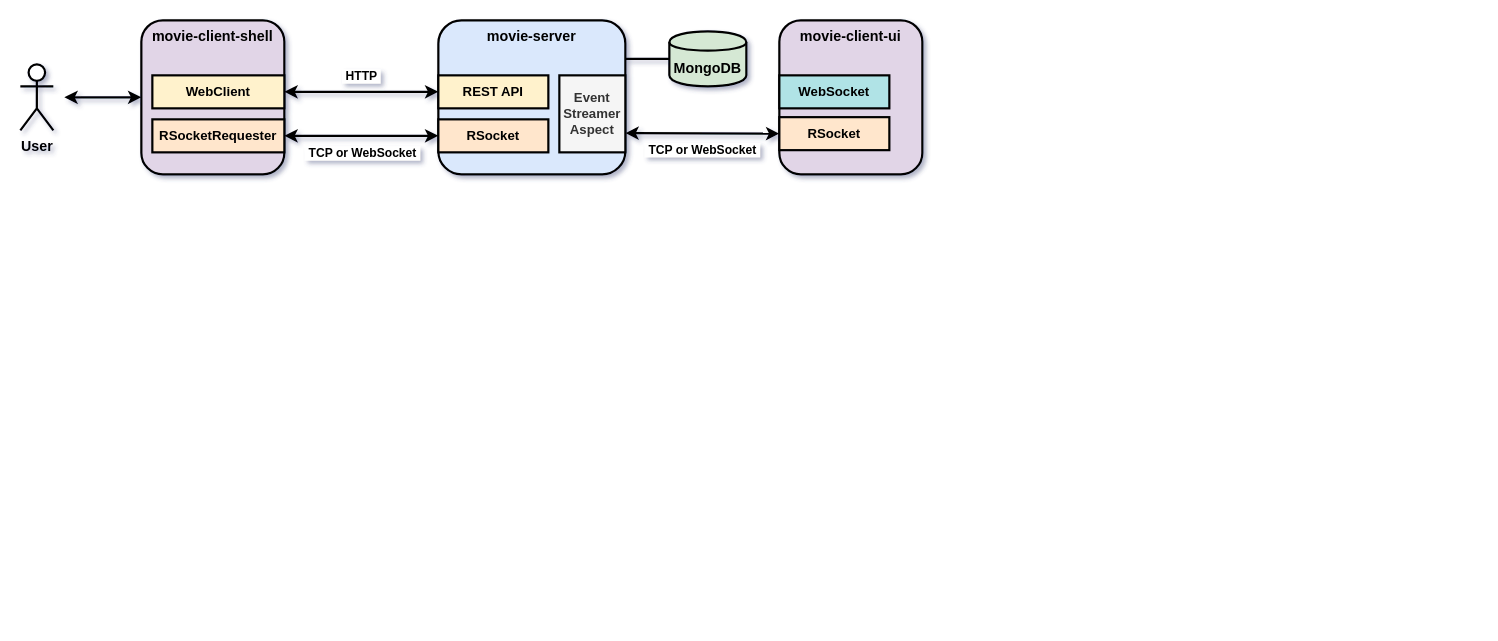
Above: images/project-diagram.drawio in Prolew/movie-spring-react (draw.io), before the change. Source tidied: cells renumbered, new cells numbered last; positions are measured from the earlier drawing's top-left corner, leaving out a move shared by most shapes. Both pictures are drawn from the tidied source at 110%, with x=0, y=0 at pixel (20, 20).
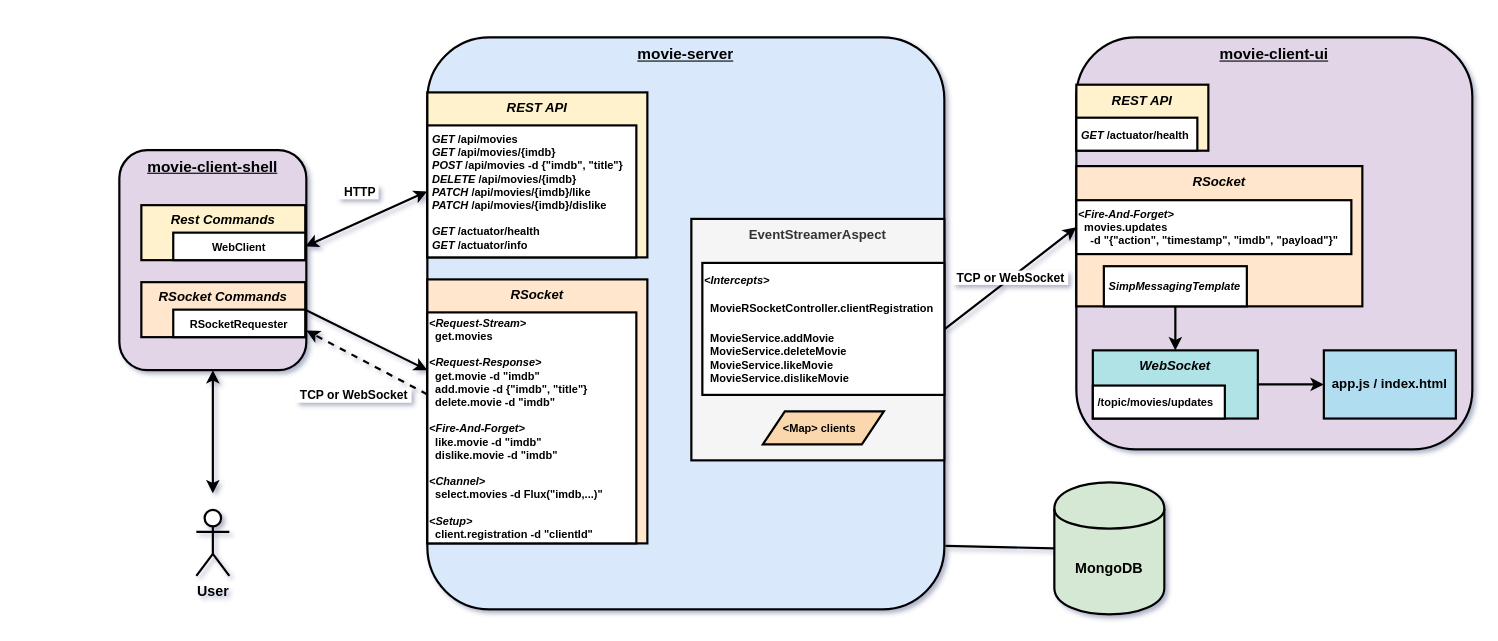
Above is the later version.

Commit message (it also covers changes not shown here):
update project-diagram, README and EventStreamerAspect

Change to the diagram source:
```diff
@@
-    <mxCell id="2" value="&lt;b&gt;&lt;font style=&quot;font-size: 13px&quot;&gt;movie-client-shell&lt;br&gt;&lt;/font&gt;&lt;/b&gt;" style="rounded=1;whiteSpace=wrap;html=1;strokeWidth=2;verticalAlign=top;fillColor=#e1d5e7;" parent="1" vertex="1">
-      <mxGeometry x="110" width="130" height="140" as="geometry" />
+    <mxCell id="2" value="&lt;b&gt;&lt;font&gt;&lt;font style=&quot;font-size: 14px&quot;&gt;&lt;u&gt;movie-client-shell&lt;/u&gt;&lt;/font&gt;&lt;br&gt;&lt;/font&gt;&lt;/b&gt;" style="rounded=1;whiteSpace=wrap;html=1;strokeWidth=2;verticalAlign=top;fillColor=#e1d5e7;glass=0;" parent="1" vertex="1">
+      <mxGeometry x="90" y="118" width="170" height="200" as="geometry" />
     </mxCell>
-    <mxCell id="3" value="&lt;b&gt;&lt;font style=&quot;font-size: 13px&quot;&gt;movie-server&lt;/font&gt;&lt;/b&gt;" style="rounded=1;whiteSpace=wrap;html=1;strokeWidth=2;verticalAlign=top;fillColor=#dae8fc;" parent="1" vertex="1">
-      <mxGeometry x="380" width="170" height="140" as="geometry" />
+    <mxCell id="3" value="&lt;b&gt;&lt;font style=&quot;font-size: 14px&quot;&gt;&lt;u&gt;movie-server&lt;/u&gt;&lt;/font&gt;&lt;/b&gt;" style="rounded=1;whiteSpace=wrap;html=1;strokeWidth=2;verticalAlign=top;fillColor=#dae8fc;sketch=0;arcSize=12;" parent="1" vertex="1">
+      <mxGeometry x="370" y="15.5" width="470" height="520" as="geometry" />
     </mxCell>
     <mxCell id="4" value="&lt;b&gt;&lt;font style=&quot;font-size: 13px&quot;&gt;MongoDB&lt;/font&gt;&lt;/b&gt;" style="shape=cylinder;whiteSpace=wrap;html=1;boundedLbl=1;backgroundOutline=1;strokeWidth=2;fillColor=#d5e8d4;" parent="1" vertex="1">
-      <mxGeometry x="590" y="10" width="70" height="50" as="geometry" />
+      <mxGeometry x="940" y="420" width="100" height="120" as="geometry" />
     </mxCell>
     <mxCell id="5" value="&lt;b&gt;&lt;font style=&quot;font-size: 13px&quot;&gt;User&lt;/font&gt;&lt;/b&gt;" style="shape=umlActor;verticalLabelPosition=bottom;verticalAlign=top;html=1;strokeWidth=2;" parent="1" vertex="1">
-      <mxGeometry y="40" width="30" height="60" as="geometry" />
+      <mxGeometry x="160" y="445" width="30" height="60" as="geometry" />
     </mxCell>
-    <mxCell id="6" style="endArrow=none;html=1;exitX=1;exitY=0.25;exitDx=0;exitDy=0;entryX=0;entryY=0.5;entryDx=0;entryDy=0;strokeWidth=2;" parent="1" edge="1" source="3" target="4">
-      <mxGeometry relative="1" as="geometry" />
-    </mxCell>
-    <mxCell id="7" style="endArrow=classic;startArrow=classic;html=1;strokeWidth=2;entryX=0;entryY=0.5;entryDx=0;entryDy=0;" parent="1" edge="1" target="2">
+    <mxCell id="7" style="endArrow=classic;startArrow=classic;html=1;strokeWidth=2;entryX=0.5;entryY=1;entryDx=0;entryDy=0;" parent="1" edge="1" target="2">
       <mxGeometry relative="1" as="geometry">
-        <mxPoint x="40" y="70" as="sourcePoint" />
+        <mxPoint x="175" y="430" as="sourcePoint" />
       </mxGeometry>
     </mxCell>
-    <mxCell id="8" value="&lt;b&gt;REST API&lt;/b&gt;" style="rounded=0;whiteSpace=wrap;html=1;strokeWidth=2;fillColor=#fff2cc;" parent="1" vertex="1">
-      <mxGeometry x="380" y="50" width="100" height="30" as="geometry" />
+    <mxCell id="8" value="&lt;b&gt;&lt;i&gt;REST API&lt;/i&gt;&lt;/b&gt;" style="rounded=0;whiteSpace=wrap;html=1;strokeWidth=2;fillColor=#fff2cc;verticalAlign=top;" parent="1" vertex="1">
+      <mxGeometry x="370" y="65.5" width="200" height="150" as="geometry" />
     </mxCell>
-    <mxCell id="9" value="&lt;b&gt;RSocket&lt;/b&gt;" style="rounded=0;whiteSpace=wrap;html=1;strokeWidth=2;fillColor=#ffe6cc;" parent="1" vertex="1">
-      <mxGeometry x="380" y="90" width="100" height="30" as="geometry" />
+    <mxCell id="9" value="&lt;b&gt;&lt;i&gt;RSocket&lt;/i&gt;&lt;/b&gt;" style="rounded=0;whiteSpace=wrap;html=1;strokeWidth=2;fillColor=#ffe6cc;verticalAlign=top;" parent="1" vertex="1">
+      <mxGeometry x="370" y="235.5" width="200" height="240" as="geometry" />
     </mxCell>
-    <mxCell id="10" value="&lt;b&gt;WebClient&lt;/b&gt;" style="rounded=0;whiteSpace=wrap;html=1;strokeWidth=2;fillColor=#fff2cc;" parent="1" vertex="1">
-      <mxGeometry x="120" y="50" width="120" height="30" as="geometry" />
+    <mxCell id="10" value="&lt;b&gt;&lt;i&gt;Rest Commands&lt;/i&gt;&lt;/b&gt;" style="rounded=0;whiteSpace=wrap;html=1;strokeWidth=2;fillColor=#fff2cc;horizontal=1;verticalAlign=top;" parent="1" vertex="1">
+      <mxGeometry x="110" y="168" width="149" height="50" as="geometry" />
     </mxCell>
-    <mxCell id="11" value="&lt;b&gt;RSocketRequester&lt;/b&gt;" style="rounded=0;whiteSpace=wrap;html=1;strokeWidth=2;fillColor=#ffe6cc;" parent="1" vertex="1">
-      <mxGeometry x="120" y="90" width="120" height="30" as="geometry" />
+    <mxCell id="11" value="&lt;b&gt;&lt;i&gt;RSocket Commands&lt;/i&gt;&lt;/b&gt;" style="rounded=0;whiteSpace=wrap;html=1;strokeWidth=2;fillColor=#ffe6cc;verticalAlign=top;" parent="1" vertex="1">
+      <mxGeometry x="110" y="238" width="149" height="50" as="geometry" />
     </mxCell>
-    <mxCell id="12" style="endArrow=classic;startArrow=classic;html=1;strokeWidth=2;exitX=1;exitY=0.5;exitDx=0;exitDy=0;entryX=0;entryY=0.5;entryDx=0;entryDy=0;" parent="1" edge="1" source="11" target="9">
-      <mxGeometry relative="1" as="geometry" />
-    </mxCell>
-    <mxCell id="13" value="&lt;b&gt;&amp;nbsp;TCP or WebSocket&amp;nbsp;&lt;/b&gt;" style="edgeLabel;html=1;align=center;verticalAlign=middle;" parent="12" vertex="1">
-      <mxGeometry y="-1" relative="1" as="geometry">
-        <mxPoint y="14" as="offset" />
-      </mxGeometry>
-    </mxCell>
-    <mxCell id="14" style="endArrow=classic;startArrow=classic;html=1;strokeWidth=2;entryX=0;entryY=0.5;entryDx=0;entryDy=0;exitX=1;exitY=0.5;exitDx=0;exitDy=0;" parent="1" edge="1" source="10" target="8">
-      <mxGeometry relative="1" as="geometry" />
-    </mxCell>
-    <mxCell id="15" value="&lt;b&gt;&amp;nbsp;HTTP&amp;nbsp;&lt;/b&gt;" style="edgeLabel;html=1;align=center;verticalAlign=middle;" parent="14" vertex="1">
-      <mxGeometry x="-0.13" y="2" relative="1" as="geometry">
-        <mxPoint x="8" y="-13" as="offset" />
-      </mxGeometry>
-    </mxCell>
-    <mxCell id="16" value="&lt;b&gt;&lt;font style=&quot;font-size: 13px&quot;&gt;movie-client-ui&lt;br&gt;&lt;/font&gt;&lt;/b&gt;" style="rounded=1;whiteSpace=wrap;html=1;strokeWidth=2;verticalAlign=top;fillColor=#e1d5e7;" parent="1" vertex="1">
-      <mxGeometry x="690" width="130" height="140" as="geometry" />
+    <mxCell id="16" value="&lt;b&gt;&lt;font&gt;&lt;font style=&quot;font-size: 14px&quot;&gt;&lt;u&gt;movie-client-ui&lt;/u&gt;&lt;/font&gt;&lt;br&gt;&lt;/font&gt;&lt;/b&gt;" style="rounded=1;whiteSpace=wrap;html=1;strokeWidth=2;verticalAlign=top;fillColor=#e1d5e7;" parent="1" vertex="1">
+      <mxGeometry x="960" y="15.5" width="360" height="374.5" as="geometry" />
     </mxCell>
-    <mxCell id="17" value="&lt;b&gt;RSocket&lt;/b&gt;" style="rounded=0;whiteSpace=wrap;html=1;strokeWidth=2;fillColor=#ffe6cc;" parent="1" vertex="1">
-      <mxGeometry x="690" y="88" width="100" height="30" as="geometry" />
-    </mxCell>
-    <mxCell id="18" value="&lt;b&gt;WebSocket&lt;/b&gt;" style="rounded=0;whiteSpace=wrap;html=1;strokeWidth=2;fillColor=#b0e3e6;" parent="1" vertex="1">
-      <mxGeometry x="690" y="50" width="100" height="30" as="geometry" />
+    <mxCell id="18" value="&lt;b&gt;&lt;i&gt;WebSocket&lt;/i&gt;&lt;/b&gt;" style="rounded=0;whiteSpace=wrap;html=1;strokeWidth=2;fillColor=#b0e3e6;verticalAlign=top;" parent="1" vertex="1">
+      <mxGeometry x="975" y="300" width="150" height="62" as="geometry" />
     </mxCell>
-    <mxCell id="19" value="&lt;b&gt;Event&lt;br&gt;Streamer&lt;br&gt;Aspect&lt;br&gt;&lt;/b&gt;" style="rounded=0;whiteSpace=wrap;html=1;strokeWidth=2;fillColor=#f5f5f5;fontColor=#333333;" parent="1" vertex="1">
-      <mxGeometry x="490" y="50" width="60" height="70" as="geometry" />
+    <mxCell id="19" value="&lt;b&gt;EventStreamerAspect&lt;/b&gt;&lt;br&gt;&lt;br&gt;" style="rounded=0;whiteSpace=wrap;html=1;strokeWidth=2;fillColor=#f5f5f5;fontColor=#333333;verticalAlign=top;" parent="1" vertex="1">
+      <mxGeometry x="610" y="180.5" width="230" height="219.5" as="geometry" />
     </mxCell>
-    <mxCell id="20" style="endArrow=classic;startArrow=classic;html=1;strokeWidth=2;entryX=0;entryY=0.5;entryDx=0;entryDy=0;exitX=1;exitY=0.75;exitDx=0;exitDy=0;" parent="1" edge="1" source="19" target="17">
-      <mxGeometry relative="1" as="geometry" />
-    </mxCell>
-    <mxCell id="21" value="&lt;b&gt;&amp;nbsp;TCP or WebSocket&amp;nbsp;&lt;/b&gt;" style="edgeLabel;html=1;align=center;verticalAlign=middle;" parent="20" vertex="1">
-      <mxGeometry y="-1" relative="1" as="geometry">
-        <mxPoint y="14" as="offset" />
-      </mxGeometry>
-    </mxCell>
+    <mxCell id="22" value="&lt;b&gt;&lt;font style=&quot;font-size: 10px&quot;&gt;WebClient&lt;/font&gt;&lt;/b&gt;" style="rounded=0;whiteSpace=wrap;html=1;strokeWidth=2;" parent="1" vertex="1">
+      <mxGeometry x="139" y="193" width="120" height="25" as="geometry" />
+    </mxCell>
+    <mxCell id="23" value="&lt;b&gt;&lt;font style=&quot;font-size: 10px&quot;&gt;RSocketRequester&lt;/font&gt;&lt;/b&gt;" style="rounded=0;whiteSpace=wrap;html=1;strokeWidth=2;" parent="1" vertex="1">
+      <mxGeometry x="139" y="263" width="120" height="25" as="geometry" />
+    </mxCell>
+    <mxCell id="24" value="&lt;div style=&quot;font-size: 10px&quot;&gt;&lt;font style=&quot;font-size: 10px&quot;&gt;&lt;b&gt;&lt;i&gt;&amp;nbsp;GET&lt;/i&gt; /api/movies&lt;/b&gt;&lt;/font&gt;&lt;/div&gt;&lt;div style=&quot;font-size: 10px&quot;&gt;&lt;font style=&quot;font-size: 10px&quot;&gt;&lt;b&gt;&lt;i&gt;&amp;nbsp;GET&lt;/i&gt; /api/movies/{imdb}&lt;/b&gt;&lt;/font&gt;&lt;/div&gt;&lt;div style=&quot;font-size: 10px&quot;&gt;&lt;font style=&quot;font-size: 10px&quot;&gt;&lt;b&gt;&lt;i&gt;&amp;nbsp;POST&lt;/i&gt; /api/movies -d {&quot;imdb&quot;, &quot;title&quot;}&lt;/b&gt;&lt;/font&gt;&lt;/div&gt;&lt;div style=&quot;font-size: 10px&quot;&gt;&lt;font style=&quot;font-size: 10px&quot;&gt;&lt;b&gt;&lt;i&gt;&amp;nbsp;DELETE&lt;/i&gt; /api/movies/{imdb}&lt;/b&gt;&lt;/font&gt;&lt;/div&gt;&lt;div style=&quot;font-size: 10px&quot;&gt;&lt;font style=&quot;font-size: 10px&quot;&gt;&lt;b&gt;&lt;i&gt;&amp;nbsp;PATCH&lt;/i&gt; /api/movies/{imdb}/like&lt;/b&gt;&lt;/font&gt;&lt;/div&gt;&lt;div style=&quot;font-size: 10px&quot;&gt;&lt;font style=&quot;font-size: 10px&quot;&gt;&lt;b&gt;&lt;i&gt;&amp;nbsp;PATCH&lt;/i&gt; /api/movies/{imdb}/dislike&lt;/b&gt;&lt;/font&gt;&lt;/div&gt;&lt;div style=&quot;font-size: 10px&quot;&gt;&lt;font style=&quot;font-size: 10px&quot;&gt;&lt;b&gt;&lt;br&gt;&lt;/b&gt;&lt;/font&gt;&lt;/div&gt;&lt;div style=&quot;font-size: 10px&quot;&gt;&lt;font style=&quot;font-size: 10px&quot;&gt;&lt;b&gt;&lt;i&gt;&amp;nbsp;GET&lt;/i&gt; /actuator/health&lt;/b&gt;&lt;/font&gt;&lt;/div&gt;&lt;div style=&quot;font-size: 10px&quot;&gt;&lt;font style=&quot;font-size: 10px&quot;&gt;&lt;b&gt;&lt;i&gt;&amp;nbsp;GET&lt;/i&gt; /actuator/info&lt;/b&gt;&lt;/font&gt;&lt;/div&gt;" style="rounded=0;whiteSpace=wrap;html=1;strokeWidth=2;align=left;" parent="1" vertex="1">
+      <mxGeometry x="370" y="95.5" width="190" height="120" as="geometry" />
+    </mxCell>
+    <mxCell id="25" value="&lt;div style=&quot;font-size: 10px&quot;&gt;&lt;div&gt;&lt;i&gt;&lt;b&gt;&amp;lt;Request-Stream&amp;gt;&lt;/b&gt;&lt;/i&gt;&lt;/div&gt;&lt;div&gt;&lt;b&gt;&amp;nbsp; get.movies&lt;br&gt;&lt;br&gt;&lt;/b&gt;&lt;/div&gt;&lt;div&gt;&lt;i&gt;&lt;b&gt;&amp;lt;Request-Response&amp;gt;&lt;/b&gt;&lt;/i&gt;&lt;/div&gt;&lt;div&gt;&lt;b&gt;&amp;nbsp; get.movie -d &quot;imdb&quot;&lt;/b&gt;&lt;/div&gt;&lt;div&gt;&lt;b&gt;&amp;nbsp; add.movie -d {&quot;imdb&quot;, &quot;title&quot;}&lt;/b&gt;&lt;/div&gt;&lt;div&gt;&lt;b&gt;&amp;nbsp; delete.movie -d &quot;imdb&quot;&lt;/b&gt;&lt;/div&gt;&lt;div&gt;&lt;b&gt;&lt;br&gt;&lt;/b&gt;&lt;/div&gt;&lt;div&gt;&lt;i&gt;&lt;b&gt;&amp;lt;Fire-And-Forget&amp;gt;&lt;/b&gt;&lt;/i&gt;&lt;/div&gt;&lt;div&gt;&lt;b&gt;&amp;nbsp; like.movie -d &quot;imdb&quot;&lt;/b&gt;&lt;/div&gt;&lt;div&gt;&lt;b&gt;&amp;nbsp; dislike.movie -d &quot;imdb&quot;&lt;/b&gt;&lt;/div&gt;&lt;div&gt;&lt;b&gt;&lt;br&gt;&lt;/b&gt;&lt;/div&gt;&lt;div&gt;&lt;i&gt;&lt;b&gt;&amp;lt;Channel&amp;gt;&lt;/b&gt;&lt;/i&gt;&lt;/div&gt;&lt;div&gt;&lt;b&gt;&amp;nbsp; select.movies -d Flux(&quot;imdb,...)&quot;&lt;/b&gt;&lt;/div&gt;&lt;div&gt;&lt;b&gt;&lt;br&gt;&lt;/b&gt;&lt;/div&gt;&lt;div&gt;&lt;i&gt;&lt;b&gt;&amp;lt;Setup&amp;gt;&lt;/b&gt;&lt;/i&gt;&lt;/div&gt;&lt;div&gt;&lt;b&gt;&amp;nbsp; client.registration -d &quot;clientId&quot;&lt;/b&gt;&lt;/div&gt;&lt;/div&gt;" style="rounded=0;whiteSpace=wrap;html=1;strokeWidth=2;align=left;" parent="1" vertex="1">
+      <mxGeometry x="370" y="265.5" width="190" height="210" as="geometry" />
+    </mxCell>
+    <mxCell id="17" value="&lt;b&gt;&lt;i&gt;RSocket&lt;/i&gt;&lt;/b&gt;" style="rounded=0;whiteSpace=wrap;html=1;strokeWidth=2;fillColor=#ffe6cc;verticalAlign=top;" parent="1" vertex="1">
+      <mxGeometry x="960" y="132.5" width="260" height="127.5" as="geometry" />
+    </mxCell>
+    <mxCell id="26" value="&lt;div style=&quot;font-size: 10px&quot;&gt;&lt;div style=&quot;font-size: 10px&quot;&gt;&lt;i&gt;&lt;b&gt;&amp;lt;Fire-And-Forget&amp;gt;&lt;/b&gt;&lt;/i&gt;&lt;br&gt;&lt;/div&gt;&lt;div&gt;&lt;span style=&quot;font-size: 10px&quot;&gt;&lt;b&gt;&amp;nbsp; movies.updates&amp;nbsp;&lt;/b&gt;&lt;/span&gt;&lt;/div&gt;&lt;div&gt;&lt;span style=&quot;font-size: 10px&quot;&gt;&lt;b&gt;&amp;nbsp; &amp;nbsp; -d &quot;{&quot;action&quot;, &quot;timestamp&quot;, &quot;imdb&quot;, &quot;payload&quot;}&quot;&lt;/b&gt;&lt;/span&gt;&lt;b style=&quot;font-size: 10px&quot;&gt;&amp;nbsp;&amp;nbsp;&lt;/b&gt;&lt;/div&gt;&lt;/div&gt;" style="rounded=0;whiteSpace=wrap;html=1;strokeWidth=2;align=left;" parent="1" vertex="1">
+      <mxGeometry x="960" y="163.5" width="250" height="49" as="geometry" />
+    </mxCell>
+    <mxCell id="27" value="&lt;b&gt;&lt;i&gt;REST API&lt;/i&gt;&lt;/b&gt;" style="rounded=0;whiteSpace=wrap;html=1;strokeWidth=2;fillColor=#fff2cc;verticalAlign=top;" parent="1" vertex="1">
+      <mxGeometry x="960" y="58.5" width="120" height="60" as="geometry" />
+    </mxCell>
+    <mxCell id="28" value="&lt;div style=&quot;font-size: 10px&quot;&gt;&lt;b&gt;&lt;i&gt;&amp;nbsp;GET&lt;/i&gt; /actuator/health&lt;/b&gt;&lt;/div&gt;" style="rounded=0;whiteSpace=wrap;html=1;strokeWidth=2;align=left;" parent="1" vertex="1">
+      <mxGeometry x="960" y="88.5" width="110" height="30" as="geometry" />
+    </mxCell>
+    <mxCell id="29" value="&lt;div&gt;&lt;div style=&quot;font-size: 10px&quot;&gt;&lt;b&gt;&lt;i&gt;&amp;lt;Intercepts&amp;gt;&lt;/i&gt;&lt;/b&gt;&lt;/div&gt;&lt;div style=&quot;font-size: 10px&quot;&gt;&lt;b&gt;&lt;br&gt;&lt;/b&gt;&lt;/div&gt;&lt;div&gt;&lt;b style=&quot;font-size: 10px&quot;&gt;&amp;nbsp;&amp;nbsp;&lt;/b&gt;&lt;span style=&quot;font-size: 10px&quot;&gt;&lt;b&gt;MovieRSocketController.clientRegistration&lt;/b&gt;&lt;/span&gt;&lt;/div&gt;&lt;div&gt;&lt;span style=&quot;font-size: 10px&quot;&gt;&lt;b&gt;&lt;br&gt;&lt;/b&gt;&lt;/span&gt;&lt;/div&gt;&lt;div style=&quot;font-size: 10px&quot;&gt;&lt;b&gt;&amp;nbsp; MovieService.addMovie&lt;/b&gt;&lt;/div&gt;&lt;div style=&quot;font-size: 10px&quot;&gt;&lt;b&gt;&amp;nbsp; MovieService.deleteMovie&lt;/b&gt;&lt;b&gt;&lt;br&gt;&lt;/b&gt;&lt;/div&gt;&lt;div style=&quot;font-size: 10px&quot;&gt;&lt;b&gt;&amp;nbsp; MovieService.likeMovie&lt;/b&gt;&lt;b&gt;&lt;br&gt;&lt;/b&gt;&lt;/div&gt;&lt;div style=&quot;font-size: 10px&quot;&gt;&lt;b&gt;&amp;nbsp;&amp;nbsp;&lt;/b&gt;&lt;b&gt;MovieService.dislikeMovie&lt;/b&gt;&lt;/div&gt;&lt;/div&gt;" style="rounded=0;whiteSpace=wrap;html=1;strokeWidth=2;align=left;" parent="1" vertex="1">
+      <mxGeometry x="620" y="220.5" width="220" height="120" as="geometry" />
+    </mxCell>
+    <mxCell id="30" value="&lt;div&gt;&lt;span style=&quot;font-size: 10px&quot;&gt;&lt;b&gt;&amp;nbsp;/topic/movies/updates&lt;/b&gt;&lt;/span&gt;&lt;br&gt;&lt;/div&gt;" style="rounded=0;whiteSpace=wrap;html=1;strokeWidth=2;align=left;" parent="1" vertex="1">
+      <mxGeometry x="975" y="332" width="120" height="30" as="geometry" />
+    </mxCell>
+    <mxCell id="31" value="&lt;b&gt;app.js / index.html&lt;/b&gt;" style="rounded=0;whiteSpace=wrap;html=1;strokeWidth=2;fillColor=#b1ddf0;verticalAlign=middle;" parent="1" vertex="1">
+      <mxGeometry x="1185" y="300" width="120" height="62" as="geometry" />
+    </mxCell>
+    <mxCell id="32" style="endArrow=classic;startArrow=classic;html=1;exitX=1;exitY=0.5;exitDx=0;exitDy=0;entryX=0;entryY=0.5;entryDx=0;entryDy=0;strokeWidth=2;" parent="1" edge="1" source="22" target="24">
+      <mxGeometry relative="1" as="geometry" />
+    </mxCell>
+    <mxCell id="15" value="&lt;b&gt;&amp;nbsp; HTTP&amp;nbsp;&lt;/b&gt;" style="edgeLabel;html=1;align=center;verticalAlign=middle;" parent="32" vertex="1">
+      <mxGeometry x="-0.12" y="4" relative="1" as="geometry">
+        <mxPoint y="-24.6" as="offset" />
+      </mxGeometry>
+    </mxCell>
+    <mxCell id="33" style="endArrow=classic;html=1;strokeWidth=2;exitX=1;exitY=0;exitDx=0;exitDy=0;entryX=0;entryY=0.25;entryDx=0;entryDy=0;" parent="1" edge="1" source="23" target="25">
+      <mxGeometry relative="1" as="geometry" />
+    </mxCell>
+    <mxCell id="34" value="&lt;b&gt;&amp;nbsp;TCP or WebSocket&amp;nbsp;&lt;/b&gt;" style="edgeLabel;html=1;align=center;verticalAlign=middle;" parent="33" vertex="1">
+      <mxGeometry x="-0.23" y="1" relative="1" as="geometry">
+        <mxPoint y="57.5" as="offset" />
+      </mxGeometry>
+    </mxCell>
+    <mxCell id="35" style="endArrow=classic;html=1;strokeWidth=2;entryX=1;entryY=0.82;entryDx=0;entryDy=0;entryPerimeter=0;exitX=0;exitY=0.355;exitDx=0;exitDy=0;exitPerimeter=0;dashed=1;" parent="1" edge="1" source="25" target="2">
+      <mxGeometry relative="1" as="geometry" />
+    </mxCell>
+    <mxCell id="36" value="&lt;b&gt;&amp;nbsp;TCP or WebSocket&amp;nbsp;&lt;/b&gt;" style="endArrow=classic;html=1;strokeWidth=2;entryX=0;entryY=0.5;entryDx=0;entryDy=0;" parent="1" edge="1" target="26">
+      <mxGeometry relative="1" as="geometry">
+        <mxPoint x="840" y="281" as="sourcePoint" />
+      </mxGeometry>
+    </mxCell>
+    <mxCell id="6" style="endArrow=none;html=1;strokeWidth=2;entryX=0;entryY=0.5;entryDx=0;entryDy=0;exitX=1.002;exitY=0.889;exitDx=0;exitDy=0;exitPerimeter=0;" parent="1" edge="1" source="3" target="4">
+      <mxGeometry relative="1" as="geometry" />
+    </mxCell>
+    <mxCell id="37" style="endArrow=classic;html=1;strokeWidth=2;exitX=0.5;exitY=1;exitDx=0;exitDy=0;entryX=0.5;entryY=0;entryDx=0;entryDy=0;" parent="1" edge="1" source="39" target="18">
+      <mxGeometry relative="1" as="geometry" />
+    </mxCell>
+    <mxCell id="38" style="endArrow=classic;html=1;strokeWidth=2;exitX=1;exitY=0.5;exitDx=0;exitDy=0;entryX=0;entryY=0.5;entryDx=0;entryDy=0;" parent="1" edge="1" source="18" target="31">
+      <mxGeometry relative="1" as="geometry" />
+    </mxCell>
+    <mxCell id="39" value="&lt;div&gt;&lt;span style=&quot;font-size: 10px&quot;&gt;&lt;b&gt;&lt;i&gt;&amp;nbsp;SimpMessagingTemplate&lt;/i&gt;&lt;/b&gt;&lt;/span&gt;&lt;br&gt;&lt;/div&gt;" style="rounded=0;whiteSpace=wrap;html=1;strokeWidth=2;align=left;" parent="1" vertex="1">
+      <mxGeometry x="985" y="223.5" width="130" height="36.5" as="geometry" />
+    </mxCell>
+    <mxCell id="40" value="&lt;font style=&quot;font-size: 10px&quot;&gt;&lt;b&gt;&amp;nbsp; &amp;nbsp; &amp;nbsp; &amp;lt;Map&amp;gt; clients&lt;/b&gt;&lt;/font&gt;" style="shape=parallelogram;perimeter=parallelogramPerimeter;whiteSpace=wrap;html=1;fixedSize=1;rounded=0;strokeWidth=2;align=left;fillColor=#fad7ac;" parent="1" vertex="1">
+      <mxGeometry x="675" y="355.5" width="110" height="30" as="geometry" />
+    </mxCell>
```
